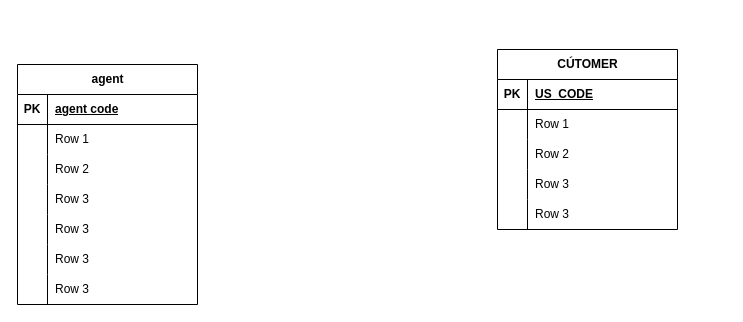
kienkohai/furry keeps this draw.io diagram as Biểu đồ không có tiêu đề.drawio. Above is the earlier version. Source tidied: cells renumbered, new cells numbered last; positions are measured from the earlier drawing's top-left corner, leaving out a move shared by most shapes. Both pictures are drawn from the tidied source at 100%, with x=0, y=0 at pixel (17, 49).
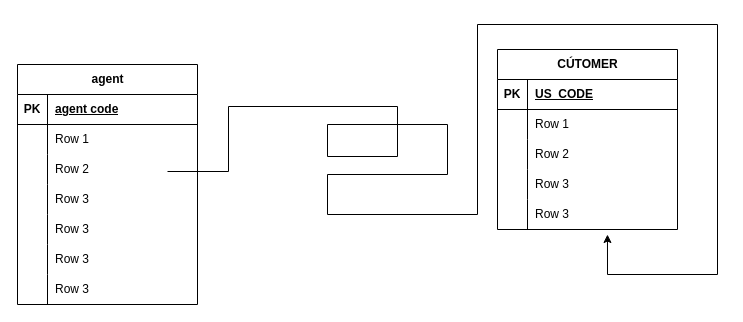
After the change.

Commit message (it also covers changes not shown here):
Cập nhật Biểu đồ không có tiêu đề.drawio

Unchanged cells that the change refers to:
```xml
<mxCell id="37" style="shape=tableRow;horizontal=0;startSize=0;swimlaneHead=0;swimlaneBody=0;fillColor=none;points=[[0,0.5],[1,0.5]];portConstraint=eastwest;top=0;left=0;right=0;bottom=0;" parent="24" vertex="1">
  <mxGeometry y="150" width="180" height="30" as="geometry" />
</mxCell>
```

Diff of the diagram source:
```diff
@@
+    <mxCell id="40" style="edgeStyle=orthogonalEdgeStyle;rounded=0;jettySize=auto;html=1;entryX=0.611;entryY=1.167;entryDx=0;entryDy=0;entryPerimeter=0;" parent="1" edge="1" target="37">
+      <mxGeometry relative="1" as="geometry">
+        <mxPoint x="150" y="122" as="sourcePoint" />
+        <Array as="points">
+          <mxPoint x="211" y="122" />
+          <mxPoint x="211" y="57" />
+          <mxPoint x="380" y="57" />
+          <mxPoint x="380" y="107" />
+          <mxPoint x="310" y="107" />
+          <mxPoint x="310" y="75" />
+          <mxPoint x="430" y="75" />
+          <mxPoint x="430" y="125" />
+          <mxPoint x="310" y="125" />
+          <mxPoint x="310" y="165" />
+          <mxPoint x="460" y="165" />
+          <mxPoint x="460" y="-25" />
+          <mxPoint x="700" y="-25" />
+          <mxPoint x="700" y="225" />
+          <mxPoint x="590" y="225" />
+        </Array>
+      </mxGeometry>
+    </mxCell>
```
